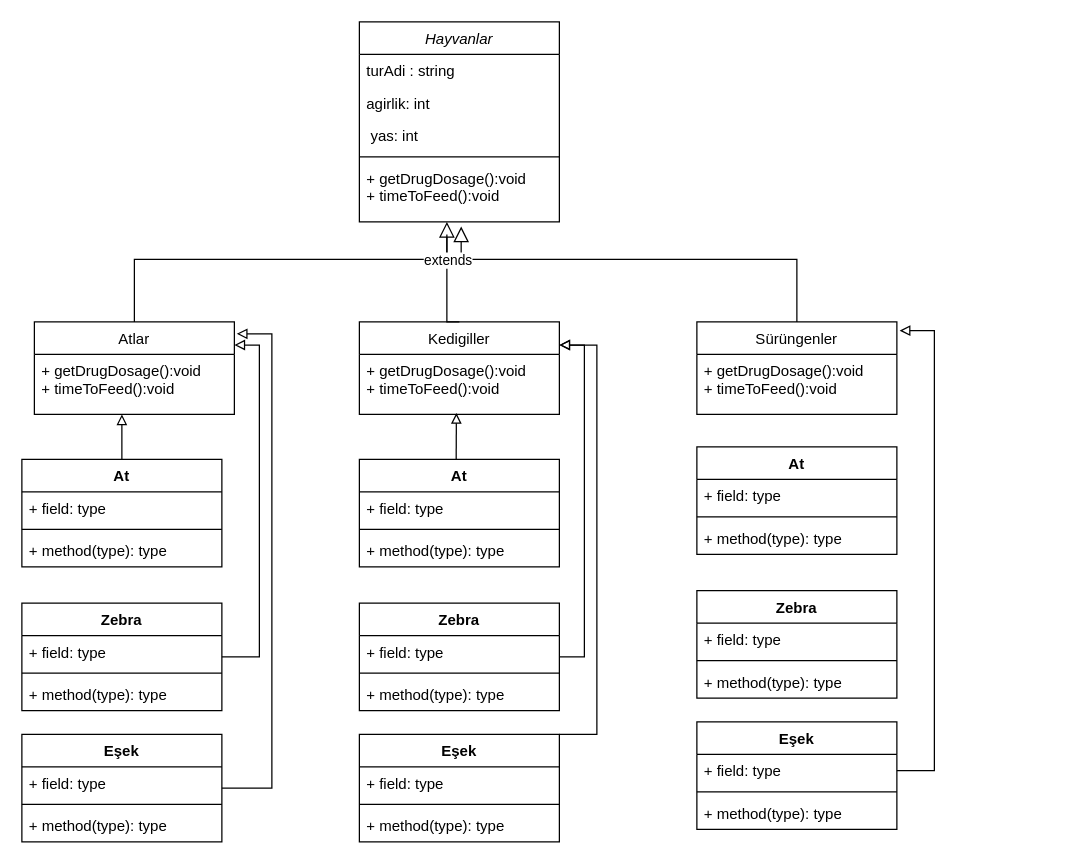
The draw.io diagram Untitled Diagram.drawio in ouzdev/patika.dev, before the edit. Source tidied: cells renumbered, new cells numbered last; positions are measured from the earlier drawing's top-left corner, leaving out a move shared by most shapes. Both pictures are drawn from the tidied source at 125%, with x=0, y=0 at pixel (21, 21).
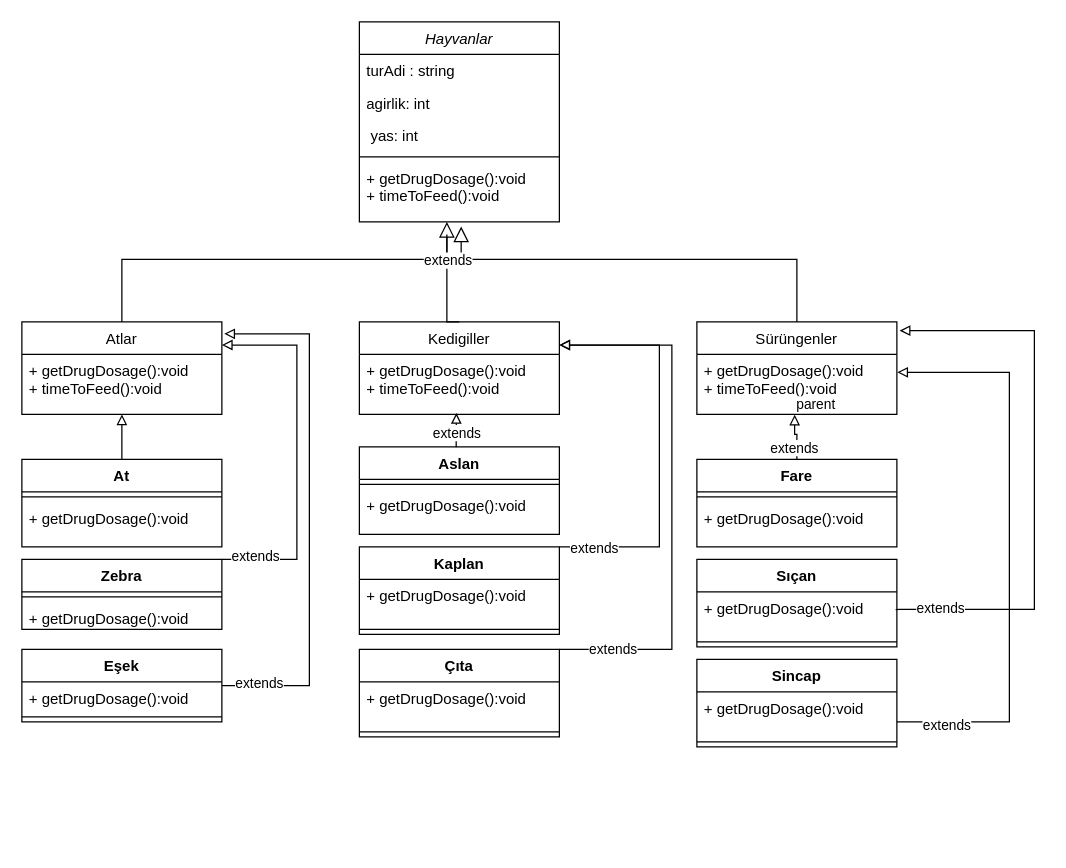
After the change.

The change refers to these unchanged cells:
```xml
<mxCell id="11" value="Kedigiller" style="swimlane;fontStyle=0;align=center;verticalAlign=top;horizontal=1;startSize=26;rounded=0;shadow=0;strokeWidth=1;" parent="1" vertex="1">
  <mxGeometry x="270" y="240" width="160" height="74" as="geometry" />
</mxCell>
<mxCell id="14" value="Sürüngenler" style="swimlane;fontStyle=0;align=center;verticalAlign=top;horizontal=1;startSize=26;rounded=0;shadow=0;strokeWidth=1;" parent="1" vertex="1">
  <mxGeometry x="540" y="240" width="160" height="74" as="geometry" />
</mxCell>
<mxCell id="15" value="+ getDrugDosage():void&#10;+ timeToFeed():void" style="text;align=left;verticalAlign=top;spacingLeft=4;spacingRight=4;overflow=hidden;points=[[0,0.5],[1,0.5]];portConstraint=eastwest;" parent="14" vertex="1">
  <mxGeometry y="26" width="160" height="48" as="geometry" />
</mxCell>
<mxCell id="61" style="html=1;verticalAlign=bottom;endArrow=block;rounded=0;entryX=0.485;entryY=0.977;entryDx=0;entryDy=0;entryPerimeter=0;exitX=0.484;exitY=0.005;exitDx=0;exitDy=0;endFill=0;exitPerimeter=0;" parent="1" edge="1" source="35" target="12">
  <mxGeometry relative="1" as="geometry" />
</mxCell>
```

The edit, as a diff of the source:
```diff
@@
     <mxCell id="8" value="Atlar" style="swimlane;fontStyle=0;align=center;verticalAlign=top;horizontal=1;startSize=26;rounded=0;shadow=0;strokeWidth=1;" parent="1" vertex="1">
-      <mxGeometry x="10" y="240" width="160" height="74" as="geometry" />
+      <mxGeometry y="240" width="160" height="74" as="geometry" />
     </mxCell>
@@
     <mxCell id="21" value="At" style="swimlane;fontStyle=1;align=center;verticalAlign=top;horizontal=1;startSize=26;" parent="1" vertex="1">
-      <mxGeometry y="350" width="160" height="86" as="geometry" />
+      <mxGeometry y="350" width="160" height="70" as="geometry" />
     </mxCell>
-    <mxCell id="22" value="+ field: type" style="text;strokeColor=none;fillColor=none;align=left;verticalAlign=top;spacingLeft=4;spacingRight=4;overflow=hidden;" parent="21" vertex="1">
-      <mxGeometry y="26" width="160" height="26" as="geometry" />
-    </mxCell>
     <mxCell id="23" style="line;strokeWidth=1;fillColor=none;align=left;verticalAlign=middle;spacingTop=-1;spacingLeft=3;spacingRight=3;labelPosition=right;" parent="21" vertex="1">
-      <mxGeometry y="52" width="160" height="8" as="geometry" />
+      <mxGeometry y="26" width="160" height="8" as="geometry" />
     </mxCell>
-    <mxCell id="24" value="+ method(type): type" style="text;strokeColor=none;fillColor=none;align=left;verticalAlign=top;spacingLeft=4;spacingRight=4;overflow=hidden;" parent="21" vertex="1">
-      <mxGeometry y="60" width="160" height="26" as="geometry" />
-    </mxCell>
+    <mxCell id="63" value="+ getDrugDosage():void&#10;" style="text;align=left;verticalAlign=top;spacingLeft=4;spacingRight=4;overflow=hidden;" parent="21" vertex="1">
+      <mxGeometry y="34" width="160" height="36" as="geometry" />
+    </mxCell>
     <mxCell id="25" style="edgeStyle=elbowEdgeStyle;elbow=vertical;endArrow=block;html=1;rounded=0;endFill=0;entryX=1;entryY=0.25;entryDx=0;entryDy=0;startArrow=none;" parent="1" edge="1" source="26" target="8">
       <mxGeometry relative="1" as="geometry">
         <Array as="points">
+          <mxPoint x="220" y="430" />
+          <mxPoint x="210" y="430" />
           <mxPoint x="190" y="290" />
           <mxPoint x="200" y="300" />
           <mxPoint x="180" y="280" />
           <mxPoint x="190" y="310" />
           <mxPoint x="180" y="330" />
           <mxPoint x="180" y="330" />
           <mxPoint x="180" y="340" />
           <mxPoint x="190" y="380" />
           <mxPoint x="180" y="480" />
           <mxPoint x="180" y="330" />
           <mxPoint x="190" y="340" />
           <mxPoint x="140" y="330" />
           <mxPoint x="190" y="350" />
           <mxPoint x="170" y="330" />
           <mxPoint x="85" y="442" />
         </Array>
       </mxGeometry>
     </mxCell>
+    <mxCell id="64" value="extends" style="edgeLabel;html=1;align=center;verticalAlign=middle;" parent="25" vertex="1">
+      <mxGeometry x="-0.82" y="3" relative="1" as="geometry" />
+    </mxCell>
     <mxCell id="26" value="Zebra" style="swimlane;fontStyle=1;align=center;verticalAlign=top;horizontal=1;startSize=26;" parent="1" vertex="1">
-      <mxGeometry y="465" width="160" height="86" as="geometry" />
+      <mxGeometry y="430" width="160" height="56" as="geometry" />
     </mxCell>
-    <mxCell id="27" value="+ field: type" style="text;strokeColor=none;fillColor=none;align=left;verticalAlign=top;spacingLeft=4;spacingRight=4;overflow=hidden;" parent="26" vertex="1">
-      <mxGeometry y="26" width="160" height="26" as="geometry" />
-    </mxCell>
     <mxCell id="28" style="line;strokeWidth=1;fillColor=none;align=left;verticalAlign=middle;spacingTop=-1;spacingLeft=3;spacingRight=3;labelPosition=right;" parent="26" vertex="1">
-      <mxGeometry y="52" width="160" height="8" as="geometry" />
+      <mxGeometry y="26" width="160" height="8" as="geometry" />
     </mxCell>
-    <mxCell id="29" value="+ method(type): type" style="text;strokeColor=none;fillColor=none;align=left;verticalAlign=top;spacingLeft=4;spacingRight=4;overflow=hidden;" parent="26" vertex="1">
-      <mxGeometry y="60" width="160" height="26" as="geometry" />
-    </mxCell>
+    <mxCell id="65" value="+ getDrugDosage():void" style="text;align=left;verticalAlign=top;spacingLeft=4;spacingRight=4;overflow=hidden;" parent="26" vertex="1">
+      <mxGeometry y="34" width="160" height="22" as="geometry" />
+    </mxCell>
     <mxCell id="30" value="Eşek" style="swimlane;fontStyle=1;align=center;verticalAlign=top;horizontal=1;startSize=26;" parent="1" vertex="1">
-      <mxGeometry y="570" width="160" height="86" as="geometry" />
+      <mxGeometry y="502" width="160" height="58" as="geometry" />
     </mxCell>
-    <mxCell id="31" value="+ field: type" style="text;strokeColor=none;fillColor=none;align=left;verticalAlign=top;spacingLeft=4;spacingRight=4;overflow=hidden;" parent="30" vertex="1">
-      <mxGeometry y="26" width="160" height="26" as="geometry" />
-    </mxCell>
+    <mxCell id="66" value="+ getDrugDosage():void&#10;" style="text;align=left;verticalAlign=top;spacingLeft=4;spacingRight=4;overflow=hidden;" parent="30" vertex="1">
+      <mxGeometry y="26" width="160" height="24" as="geometry" />
+    </mxCell>
     <mxCell id="32" style="line;strokeWidth=1;fillColor=none;align=left;verticalAlign=middle;spacingTop=-1;spacingLeft=3;spacingRight=3;labelPosition=right;" parent="30" vertex="1">
-      <mxGeometry y="52" width="160" height="8" as="geometry" />
+      <mxGeometry y="50" width="160" height="8" as="geometry" />
     </mxCell>
-    <mxCell id="33" value="+ method(type): type" style="text;strokeColor=none;fillColor=none;align=left;verticalAlign=top;spacingLeft=4;spacingRight=4;overflow=hidden;" parent="30" vertex="1">
-      <mxGeometry y="60" width="160" height="26" as="geometry" />
-    </mxCell>
     <mxCell id="34" style="edgeStyle=elbowEdgeStyle;elbow=vertical;endArrow=block;html=1;rounded=0;endFill=0;entryX=1.012;entryY=0.129;entryDx=0;entryDy=0;startArrow=none;entryPerimeter=0;" parent="1" edge="1" source="30" target="8">
       <mxGeometry relative="1" as="geometry">
         <Array as="points">
+          <mxPoint x="230" y="460" />
           <mxPoint x="200" y="250" />
           <mxPoint x="220" y="260" />
           <mxPoint x="200" y="560" />
           <mxPoint x="220" y="450" />
           <mxPoint x="270" y="391.5" />
           <mxPoint x="250" y="371.5" />
           <mxPoint x="260" y="401.5" />
           <mxPoint x="250" y="421.5" />
           <mxPoint x="250" y="421.5" />
           <mxPoint x="250" y="431.5" />
           <mxPoint x="260" y="471.5" />
           <mxPoint x="250" y="571.5" />
           <mxPoint x="250" y="421.5" />
           <mxPoint x="260" y="431.5" />
           <mxPoint x="210" y="421.5" />
           <mxPoint x="260" y="441.5" />
           <mxPoint x="240" y="421.5" />
           <mxPoint x="155" y="533.5" />
         </Array>
       </mxGeometry>
     </mxCell>
+    <mxCell id="67" value="extends" style="edgeLabel;html=1;align=center;verticalAlign=middle;" parent="34" vertex="1">
+      <mxGeometry x="-0.86" y="3" relative="1" as="geometry" />
+    </mxCell>
-    <mxCell id="35" value="At" style="swimlane;fontStyle=1;align=center;verticalAlign=top;horizontal=1;startSize=26;" parent="1" vertex="1">
-      <mxGeometry x="270" y="350" width="160" height="86" as="geometry" />
+    <mxCell id="35" value="Aslan" style="swimlane;fontStyle=1;align=center;verticalAlign=top;horizontal=1;startSize=26;" parent="1" vertex="1">
+      <mxGeometry x="270" y="340" width="160" height="70" as="geometry" />
     </mxCell>
-    <mxCell id="36" value="+ field: type" style="text;strokeColor=none;fillColor=none;align=left;verticalAlign=top;spacingLeft=4;spacingRight=4;overflow=hidden;" parent="35" vertex="1">
-      <mxGeometry y="26" width="160" height="26" as="geometry" />
-    </mxCell>
     <mxCell id="37" style="line;strokeWidth=1;fillColor=none;align=left;verticalAlign=middle;spacingTop=-1;spacingLeft=3;spacingRight=3;labelPosition=right;" parent="35" vertex="1">
-      <mxGeometry y="52" width="160" height="8" as="geometry" />
+      <mxGeometry y="26" width="160" height="8" as="geometry" />
     </mxCell>
-    <mxCell id="38" value="+ method(type): type" style="text;strokeColor=none;fillColor=none;align=left;verticalAlign=top;spacingLeft=4;spacingRight=4;overflow=hidden;" parent="35" vertex="1">
-      <mxGeometry y="60" width="160" height="26" as="geometry" />
-    </mxCell>
+    <mxCell id="68" value="+ getDrugDosage():void&#10;" style="text;align=left;verticalAlign=top;spacingLeft=4;spacingRight=4;overflow=hidden;" parent="35" vertex="1">
+      <mxGeometry y="34" width="160" height="36" as="geometry" />
+    </mxCell>
-    <mxCell id="39" value="Zebra" style="swimlane;fontStyle=1;align=center;verticalAlign=top;horizontal=1;startSize=26;" parent="1" vertex="1">
-      <mxGeometry x="270" y="465" width="160" height="86" as="geometry" />
+    <mxCell id="39" value="Kaplan" style="swimlane;fontStyle=1;align=center;verticalAlign=top;horizontal=1;startSize=26;" parent="1" vertex="1">
+      <mxGeometry x="270" y="420" width="160" height="70" as="geometry" />
     </mxCell>
-    <mxCell id="40" value="+ field: type" style="text;strokeColor=none;fillColor=none;align=left;verticalAlign=top;spacingLeft=4;spacingRight=4;overflow=hidden;" parent="39" vertex="1">
-      <mxGeometry y="26" width="160" height="26" as="geometry" />
-    </mxCell>
+    <mxCell id="69" value="+ getDrugDosage():void&#10;" style="text;align=left;verticalAlign=top;spacingLeft=4;spacingRight=4;overflow=hidden;" parent="39" vertex="1">
+      <mxGeometry y="26" width="160" height="36" as="geometry" />
+    </mxCell>
     <mxCell id="41" style="line;strokeWidth=1;fillColor=none;align=left;verticalAlign=middle;spacingTop=-1;spacingLeft=3;spacingRight=3;labelPosition=right;" parent="39" vertex="1">
-      <mxGeometry y="52" width="160" height="8" as="geometry" />
+      <mxGeometry y="62" width="160" height="8" as="geometry" />
     </mxCell>
-    <mxCell id="42" value="+ method(type): type" style="text;strokeColor=none;fillColor=none;align=left;verticalAlign=top;spacingLeft=4;spacingRight=4;overflow=hidden;" parent="39" vertex="1">
-      <mxGeometry y="60" width="160" height="26" as="geometry" />
-    </mxCell>
-    <mxCell id="43" value="Eşek" style="swimlane;fontStyle=1;align=center;verticalAlign=top;horizontal=1;startSize=26;" parent="1" vertex="1">
-      <mxGeometry x="270" y="570" width="160" height="86" as="geometry" />
+    <mxCell id="43" value="Çıta" style="swimlane;fontStyle=1;align=center;verticalAlign=top;horizontal=1;startSize=26;" parent="1" vertex="1">
+      <mxGeometry x="270" y="502" width="160" height="70" as="geometry" />
     </mxCell>
-    <mxCell id="44" value="+ field: type" style="text;strokeColor=none;fillColor=none;align=left;verticalAlign=top;spacingLeft=4;spacingRight=4;overflow=hidden;" parent="43" vertex="1">
-      <mxGeometry y="26" width="160" height="26" as="geometry" />
-    </mxCell>
+    <mxCell id="70" value="+ getDrugDosage():void&#10;" style="text;align=left;verticalAlign=top;spacingLeft=4;spacingRight=4;overflow=hidden;" parent="43" vertex="1">
+      <mxGeometry y="26" width="160" height="36" as="geometry" />
+    </mxCell>
     <mxCell id="45" style="line;strokeWidth=1;fillColor=none;align=left;verticalAlign=middle;spacingTop=-1;spacingLeft=3;spacingRight=3;labelPosition=right;" parent="43" vertex="1">
-      <mxGeometry y="52" width="160" height="8" as="geometry" />
+      <mxGeometry y="62" width="160" height="8" as="geometry" />
     </mxCell>
-    <mxCell id="46" value="+ method(type): type" style="text;strokeColor=none;fillColor=none;align=left;verticalAlign=top;spacingLeft=4;spacingRight=4;overflow=hidden;" parent="43" vertex="1">
-      <mxGeometry y="60" width="160" height="26" as="geometry" />
-    </mxCell>
-    <mxCell id="47" value="At" style="swimlane;fontStyle=1;align=center;verticalAlign=top;horizontal=1;startSize=26;" parent="1" vertex="1">
-      <mxGeometry x="540" y="340" width="160" height="86" as="geometry" />
+    <mxCell id="47" value="Fare" style="swimlane;fontStyle=1;align=center;verticalAlign=top;horizontal=1;startSize=26;" parent="1" vertex="1">
+      <mxGeometry x="540" y="350" width="160" height="70" as="geometry" />
     </mxCell>
-    <mxCell id="48" value="+ field: type" style="text;strokeColor=none;fillColor=none;align=left;verticalAlign=top;spacingLeft=4;spacingRight=4;overflow=hidden;" parent="47" vertex="1">
-      <mxGeometry y="26" width="160" height="26" as="geometry" />
-    </mxCell>
     <mxCell id="49" style="line;strokeWidth=1;fillColor=none;align=left;verticalAlign=middle;spacingTop=-1;spacingLeft=3;spacingRight=3;labelPosition=right;" parent="47" vertex="1">
-      <mxGeometry y="52" width="160" height="8" as="geometry" />
+      <mxGeometry y="26" width="160" height="8" as="geometry" />
     </mxCell>
-    <mxCell id="50" value="+ method(type): type" style="text;strokeColor=none;fillColor=none;align=left;verticalAlign=top;spacingLeft=4;spacingRight=4;overflow=hidden;" parent="47" vertex="1">
-      <mxGeometry y="60" width="160" height="26" as="geometry" />
-    </mxCell>
+    <mxCell id="71" value="+ getDrugDosage():void&#10;" style="text;align=left;verticalAlign=top;spacingLeft=4;spacingRight=4;overflow=hidden;" parent="47" vertex="1">
+      <mxGeometry y="34" width="160" height="36" as="geometry" />
+    </mxCell>
-    <mxCell id="51" value="Zebra" style="swimlane;fontStyle=1;align=center;verticalAlign=top;horizontal=1;startSize=26;" parent="1" vertex="1">
-      <mxGeometry x="540" y="455" width="160" height="86" as="geometry" />
+    <mxCell id="51" value="Sıçan" style="swimlane;fontStyle=1;align=center;verticalAlign=top;horizontal=1;startSize=26;" parent="1" vertex="1">
+      <mxGeometry x="540" y="430" width="160" height="70" as="geometry" />
     </mxCell>
-    <mxCell id="52" value="+ field: type" style="text;strokeColor=none;fillColor=none;align=left;verticalAlign=top;spacingLeft=4;spacingRight=4;overflow=hidden;" parent="51" vertex="1">
-      <mxGeometry y="26" width="160" height="26" as="geometry" />
-    </mxCell>
+    <mxCell id="72" value="+ getDrugDosage():void&#10;" style="text;align=left;verticalAlign=top;spacingLeft=4;spacingRight=4;overflow=hidden;points=[[0,0.5],[1,0.5]];portConstraint=eastwest;" parent="51" vertex="1">
+      <mxGeometry y="26" width="160" height="36" as="geometry" />
+    </mxCell>
     <mxCell id="53" style="line;strokeWidth=1;fillColor=none;align=left;verticalAlign=middle;spacingTop=-1;spacingLeft=3;spacingRight=3;labelPosition=right;" parent="51" vertex="1">
-      <mxGeometry y="52" width="160" height="8" as="geometry" />
+      <mxGeometry y="62" width="160" height="8" as="geometry" />
     </mxCell>
-    <mxCell id="54" value="+ method(type): type" style="text;strokeColor=none;fillColor=none;align=left;verticalAlign=top;spacingLeft=4;spacingRight=4;overflow=hidden;" parent="51" vertex="1">
-      <mxGeometry y="60" width="160" height="26" as="geometry" />
-    </mxCell>
-    <mxCell id="55" value="Eşek" style="swimlane;fontStyle=1;align=center;verticalAlign=top;horizontal=1;startSize=26;" parent="1" vertex="1">
-      <mxGeometry x="540" y="560" width="160" height="86" as="geometry" />
+    <mxCell id="55" value="Sincap" style="swimlane;fontStyle=1;align=center;verticalAlign=top;horizontal=1;startSize=26;" parent="1" vertex="1">
+      <mxGeometry x="540" y="510" width="160" height="70" as="geometry" />
     </mxCell>
-    <mxCell id="56" value="+ field: type" style="text;strokeColor=none;fillColor=none;align=left;verticalAlign=top;spacingLeft=4;spacingRight=4;overflow=hidden;points=[[0,0.5],[1,0.5]];portConstraint=eastwest;" parent="55" vertex="1">
-      <mxGeometry y="26" width="160" height="26" as="geometry" />
-    </mxCell>
+    <mxCell id="73" value="+ getDrugDosage():void&#10;" style="text;align=left;verticalAlign=top;spacingLeft=4;spacingRight=4;overflow=hidden;" parent="55" vertex="1">
+      <mxGeometry y="26" width="160" height="36" as="geometry" />
+    </mxCell>
     <mxCell id="57" style="line;strokeWidth=1;fillColor=none;align=left;verticalAlign=middle;spacingTop=-1;spacingLeft=3;spacingRight=3;labelPosition=right;" parent="55" vertex="1">
-      <mxGeometry y="52" width="160" height="8" as="geometry" />
+      <mxGeometry y="62" width="160" height="8" as="geometry" />
     </mxCell>
-    <mxCell id="58" value="+ method(type): type" style="text;strokeColor=none;fillColor=none;align=left;verticalAlign=top;spacingLeft=4;spacingRight=4;overflow=hidden;" parent="55" vertex="1">
-      <mxGeometry y="60" width="160" height="26" as="geometry" />
-    </mxCell>
     <mxCell id="59" style="edgeStyle=elbowEdgeStyle;elbow=vertical;endArrow=block;html=1;rounded=0;endFill=0;entryX=1;entryY=0.25;entryDx=0;entryDy=0;startArrow=none;exitX=1;exitY=0;exitDx=0;exitDy=0;" parent="1" edge="1" source="43" target="11">
       <mxGeometry relative="1" as="geometry">
         <Array as="points">
+          <mxPoint x="520" y="470" />
           <mxPoint x="460" y="530" />
           <mxPoint x="450" y="590" />
           <mxPoint x="460" y="250" />
           <mxPoint x="490" y="270.4" />
           <mxPoint x="510" y="280.4" />
           <mxPoint x="490" y="580.5" />
           <mxPoint x="510" y="470.5" />
           <mxPoint x="560" y="412" />
           <mxPoint x="540" y="391.9" />
           <mxPoint x="550" y="422" />
           <mxPoint x="540" y="442" />
           <mxPoint x="540" y="442" />
           <mxPoint x="540" y="452" />
           <mxPoint x="550" y="492" />
           <mxPoint x="540" y="592" />
           <mxPoint x="540" y="442" />
           <mxPoint x="550" y="452" />
           <mxPoint x="500" y="442" />
           <mxPoint x="550" y="462" />
           <mxPoint x="530" y="442" />
           <mxPoint x="445" y="554" />
         </Array>
       </mxGeometry>
     </mxCell>
+    <mxCell id="74" value="extends" style="edgeLabel;html=1;align=center;verticalAlign=middle;" parent="59" vertex="1">
+      <mxGeometry x="-0.8" y="1" relative="1" as="geometry" />
+    </mxCell>
     <mxCell id="60" style="edgeStyle=elbowEdgeStyle;elbow=vertical;endArrow=block;html=1;rounded=0;endFill=0;entryX=1;entryY=0.25;entryDx=0;entryDy=0;startArrow=none;" parent="1" edge="1" source="39" target="11">
       <mxGeometry relative="1" as="geometry">
         <Array as="points">
+          <mxPoint x="510" y="420" />
           <mxPoint x="450" y="270" />
           <mxPoint x="440" y="250" />
           <mxPoint x="450" y="270" />
           <mxPoint x="460" y="250" />
           <mxPoint x="470" y="400" />
           <mxPoint x="490" y="283" />
           <mxPoint x="510" y="293" />
           <mxPoint x="490" y="593" />
           <mxPoint x="510" y="483" />
           <mxPoint x="560" y="424.5" />
           <mxPoint x="540" y="404.5" />
           <mxPoint x="550" y="434.5" />
           <mxPoint x="540" y="454.5" />
           <mxPoint x="540" y="454.5" />
           <mxPoint x="540" y="464.5" />
           <mxPoint x="550" y="504.5" />
           <mxPoint x="540" y="604.5" />
           <mxPoint x="540" y="454.5" />
           <mxPoint x="550" y="464.5" />
           <mxPoint x="500" y="454.5" />
           <mxPoint x="550" y="474.5" />
           <mxPoint x="530" y="454.5" />
           <mxPoint x="445" y="566.5" />
         </Array>
       </mxGeometry>
     </mxCell>
+    <mxCell id="75" value="extends" style="edgeLabel;html=1;align=center;verticalAlign=middle;" parent="60" vertex="1">
+      <mxGeometry x="-0.83" relative="1" as="geometry" />
+    </mxCell>
@@
+    <mxCell id="76" value="extends" style="edgeLabel;html=1;align=center;verticalAlign=middle;" parent="61" vertex="1">
+      <mxGeometry x="-0.1" relative="1" as="geometry" />
+    </mxCell>
-    <mxCell id="62" style="endArrow=none;html=1;edgeStyle=orthogonalEdgeStyle;rounded=0;entryX=1;entryY=0.5;entryDx=0;entryDy=0;exitX=1.014;exitY=0.095;exitDx=0;exitDy=0;exitPerimeter=0;endFill=0;startArrow=block;startFill=0;" parent="1" edge="1" source="14" target="56">
+    <mxCell id="62" style="endArrow=none;html=1;edgeStyle=orthogonalEdgeStyle;rounded=0;exitX=1.014;exitY=0.095;exitDx=0;exitDy=0;exitPerimeter=0;endFill=0;startArrow=block;startFill=0;entryX=0.994;entryY=0.393;entryDx=0;entryDy=0;entryPerimeter=0;" parent="1" edge="1" source="14" target="72">
       <mxGeometry relative="1" as="geometry">
         <Array as="points">
-          <mxPoint x="730" y="247" />
-          <mxPoint x="730" y="599" />
+          <mxPoint x="810" y="247" />
+          <mxPoint x="810" y="470" />
+          <mxPoint x="702" y="470" />
         </Array>
       </mxGeometry>
     </mxCell>
+    <mxCell id="77" value="extends" style="edgeLabel;html=1;align=center;verticalAlign=middle;" parent="62" vertex="1">
+      <mxGeometry x="0.84" y="-2" relative="1" as="geometry" />
+    </mxCell>
+    <mxCell id="78" style="endArrow=none;html=1;edgeStyle=orthogonalEdgeStyle;rounded=0;entryX=0.5;entryY=0;entryDx=0;entryDy=0;exitX=0.489;exitY=1.005;exitDx=0;exitDy=0;exitPerimeter=0;startArrow=block;startFill=0;" parent="1" edge="1" source="15" target="47">
+      <mxGeometry relative="1" as="geometry">
+        <Array as="points">
+          <mxPoint x="618" y="330" />
+          <mxPoint x="620" y="330" />
+        </Array>
+      </mxGeometry>
+    </mxCell>
+    <mxCell id="79" value="parent" style="edgeLabel;html=1;align=left;verticalAlign=bottom;" parent="78" vertex="1">
+      <mxGeometry x="-1" relative="1" as="geometry" />
+    </mxCell>
+    <mxCell id="80" value="extends" style="edgeLabel;html=1;align=center;verticalAlign=middle;" parent="78" vertex="1">
+      <mxGeometry x="-0.22" y="-1" relative="1" as="geometry">
+        <mxPoint y="11" as="offset" />
+      </mxGeometry>
+    </mxCell>
+    <mxCell id="81" style="endArrow=none;html=1;edgeStyle=orthogonalEdgeStyle;rounded=0;exitX=1.002;exitY=0.299;exitDx=0;exitDy=0;exitPerimeter=0;startArrow=block;startFill=0;" parent="1" edge="1" source="15">
+      <mxGeometry relative="1" as="geometry">
+        <mxPoint x="700" y="560" as="targetPoint" />
+        <Array as="points">
+          <mxPoint x="790" y="280" />
+          <mxPoint x="790" y="560" />
+          <mxPoint x="700" y="560" />
+        </Array>
+      </mxGeometry>
+    </mxCell>
+    <mxCell id="82" value="extends" style="edgeLabel;html=1;align=center;verticalAlign=middle;" parent="81" vertex="1">
+      <mxGeometry x="0.83" y="2" relative="1" as="geometry" />
+    </mxCell>
```
